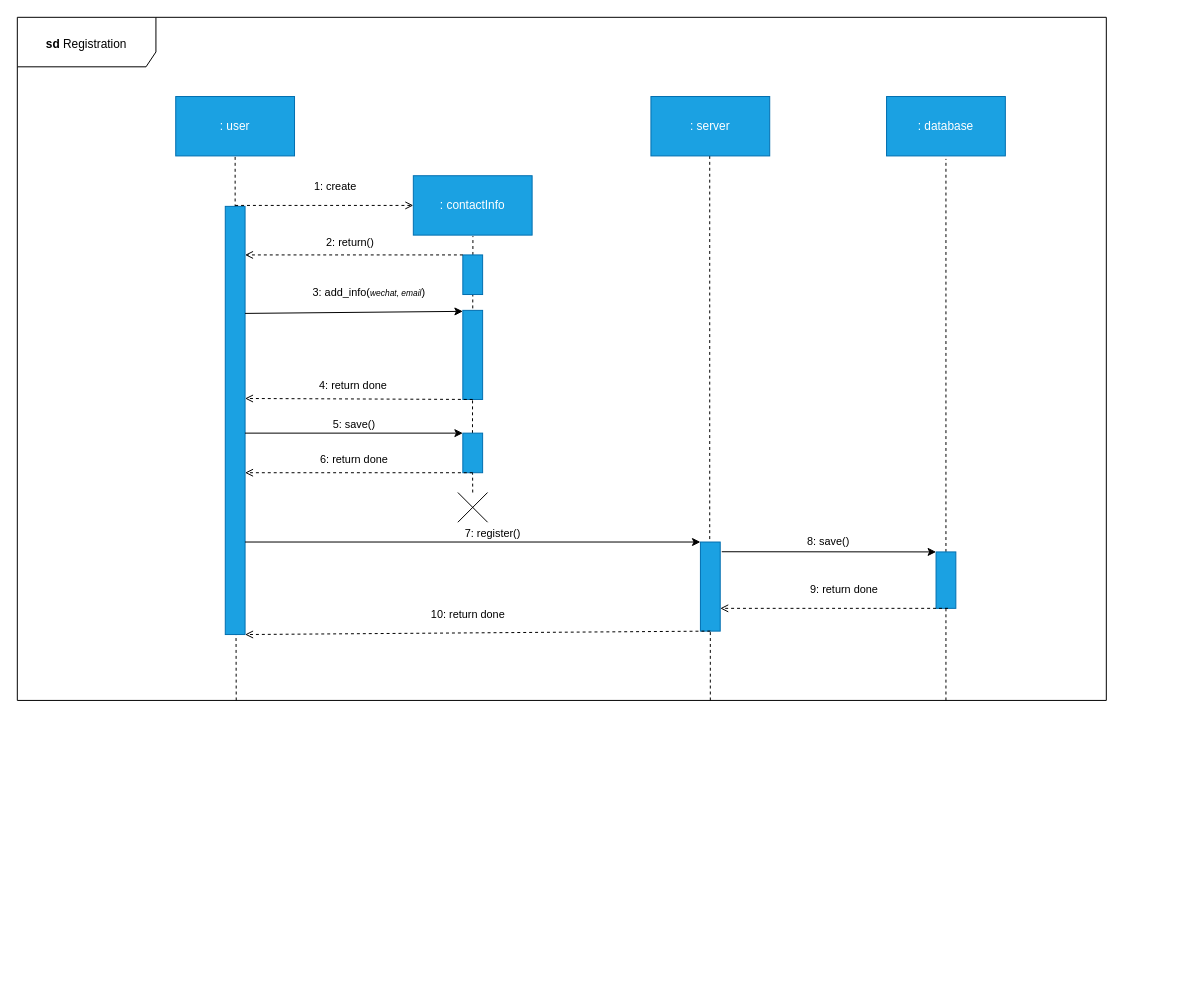
Earlier version of the draw.io diagram Documentation/Interaction Diagram/Registration.drawio (Darrenchenn/Model-based-software-design). Source tidied: cells renumbered, new cells numbered last; positions are measured from the earlier drawing's top-left corner, leaving out a move shared by most shapes. Both pictures are drawn from the tidied source at 99%, with x=0, y=0 at pixel (17, 17).
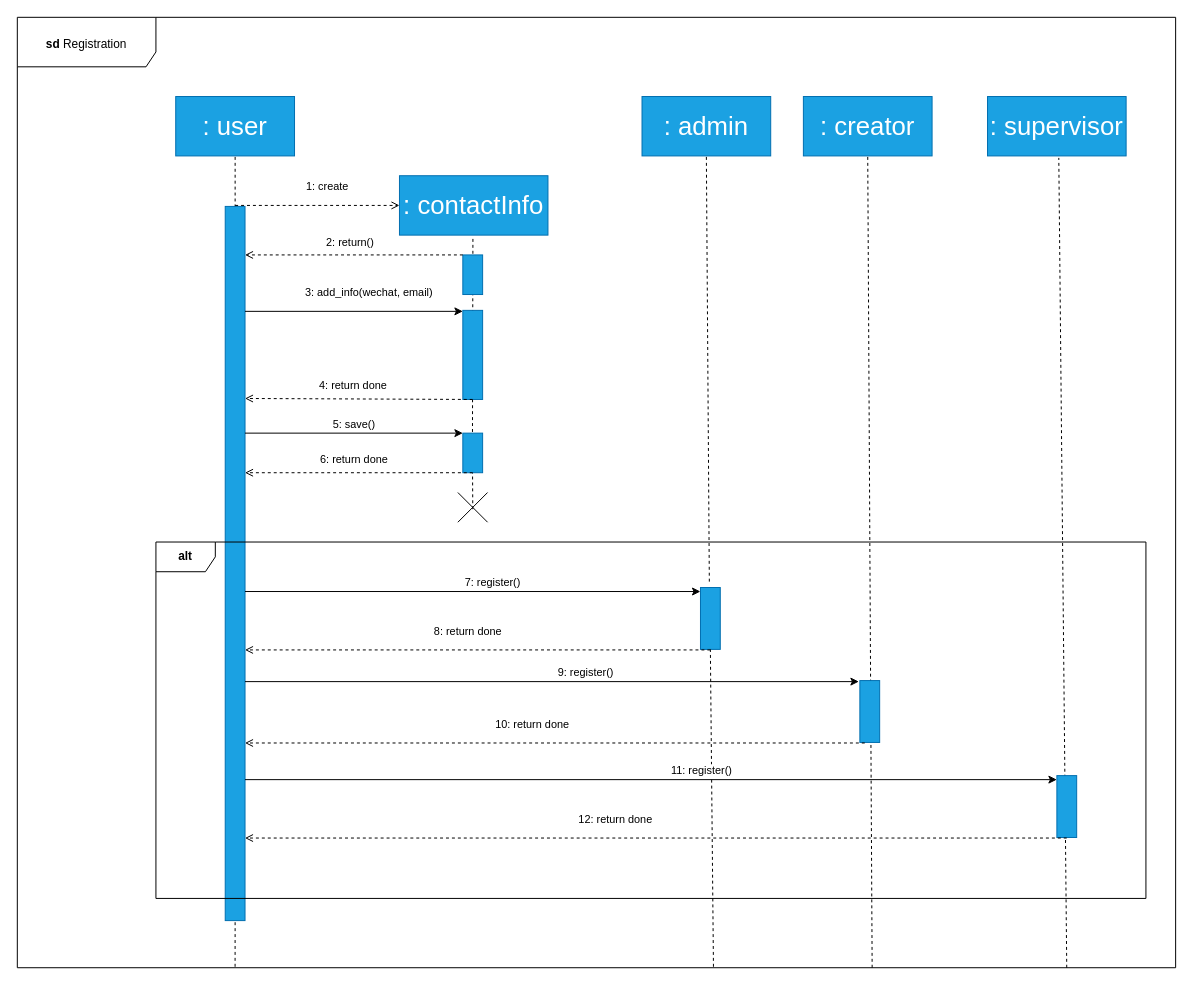
Above is the later version.

The change refers to these unchanged cells:
```xml
<mxCell id="13" style="shape=umlDestroy;whiteSpace=wrap;html=1;strokeWidth=1;targetShapes=umlLifeline;" parent="1" vertex="1">
  <mxGeometry x="445" y="480" width="30" height="30" as="geometry" />
</mxCell>
```

The edit, as a diff of the source:
```diff
@@
-    <mxCell id="2" style="endArrow=none;dashed=1;html=1;rounded=0;entryX=0.5;entryY=1;entryDx=0;entryDy=0;" parent="1" edge="1">
-      <mxGeometry relative="1" as="geometry">
-        <mxPoint x="699.4" y="527" as="sourcePoint" />
-        <mxPoint x="699.4" y="130" as="targetPoint" />
-      </mxGeometry>
-    </mxCell>
-    <mxCell id="3" value=": user" style="rounded=0;whiteSpace=wrap;html=1;fillColor=#1ba1e2;strokeColor=#006EAF;glass=0;shadow=0;fontColor=#ffffff;" parent="1" vertex="1">
+    <mxCell id="3" value=": user" style="rounded=0;whiteSpace=wrap;html=1;fillColor=#1ba1e2;strokeColor=#006EAF;glass=0;shadow=0;fontColor=#ffffff;fontSize=26;" parent="1" vertex="1">
       <mxGeometry x="160" y="80" width="120" height="60" as="geometry" />
     </mxCell>
-    <mxCell id="4" value=": contactInfo" style="rounded=0;whiteSpace=wrap;html=1;fillColor=#1ba1e2;strokeColor=#006EAF;glass=0;shadow=0;fontColor=#ffffff;" parent="1" vertex="1">
-      <mxGeometry x="400" y="160" width="120" height="60" as="geometry" />
+    <mxCell id="4" value=": contactInfo" style="rounded=0;whiteSpace=wrap;html=1;fillColor=#1ba1e2;strokeColor=#006EAF;glass=0;shadow=0;fontColor=#ffffff;fontSize=26;" parent="1" vertex="1">
+      <mxGeometry x="386" y="160" width="150" height="60" as="geometry" />
     </mxCell>
-    <mxCell id="5" style="endArrow=none;dashed=1;html=1;rounded=0;entryX=0.5;entryY=1;entryDx=0;entryDy=0;exitX=0.201;exitY=1;exitDx=0;exitDy=0;exitPerimeter=0;" parent="1" edge="1" source="7" target="3">
+    <mxCell id="5" style="endArrow=none;dashed=1;html=1;rounded=0;entryX=0.5;entryY=1;entryDx=0;entryDy=0;" parent="1" edge="1" target="3">
       <mxGeometry relative="1" as="geometry">
+        <mxPoint x="220" y="840" as="sourcePoint" />
         <Array as="points">
           <mxPoint x="220" y="280" />
         </Array>
       </mxGeometry>
     </mxCell>
-    <mxCell id="6" style="endArrow=none;dashed=1;html=1;rounded=0;entryX=0.5;entryY=1;entryDx=0;entryDy=0;" parent="1" edge="1">
+    <mxCell id="6" style="endArrow=none;dashed=1;html=1;rounded=0;entryX=0.5;entryY=1;entryDx=0;entryDy=0;exitX=0.502;exitY=0.561;exitDx=0;exitDy=0;exitPerimeter=0;" parent="1" edge="1" source="13">
       <mxGeometry relative="1" as="geometry">
-        <mxPoint x="460" y="480" as="sourcePoint" />
         <mxPoint x="460.2" y="221" as="targetPoint" />
         <Array as="points">
           <mxPoint x="459.7" y="441" />
         </Array>
       </mxGeometry>
     </mxCell>
     <mxCell id="7" value="&lt;b&gt;sd&lt;/b&gt;&amp;nbsp;Registration&lt;span style=&quot;font-size: medium; text-align: start;&quot;&gt;&lt;/span&gt;" style="shape=umlFrame;whiteSpace=wrap;html=1;width=140;height=50;" parent="1" vertex="1">
-      <mxGeometry width="1100" height="690" as="geometry" />
+      <mxGeometry width="1170" height="960" as="geometry" />
     </mxCell>
-    <mxCell id="8" value=": database" style="rounded=0;whiteSpace=wrap;html=1;fillColor=#1ba1e2;strokeColor=#006EAF;glass=0;shadow=0;fontColor=#ffffff;" parent="1" vertex="1">
-      <mxGeometry x="878" y="80" width="120" height="60" as="geometry" />
+    <mxCell id="8" value=": creator" style="rounded=0;whiteSpace=wrap;html=1;fillColor=#1ba1e2;strokeColor=#006EAF;glass=0;shadow=0;fontColor=#ffffff;fontSize=26;" parent="1" vertex="1">
+      <mxGeometry x="794" y="80" width="130" height="60" as="geometry" />
     </mxCell>
-    <mxCell id="9" style="endArrow=none;dashed=1;html=1;rounded=0;entryX=0.5;entryY=1;entryDx=0;entryDy=0;" parent="1" edge="1" source="15">
-      <mxGeometry relative="1" as="geometry">
-        <mxPoint x="938" y="143" as="targetPoint" />
-      </mxGeometry>
-    </mxCell>
@@
-    <mxCell id="14" style="endArrow=none;dashed=1;html=1;rounded=0;entryX=1;entryY=0.5;entryDx=0;entryDy=0;" parent="1" edge="1" target="15">
-      <mxGeometry relative="1" as="geometry">
-        <mxPoint x="938" y="690" as="sourcePoint" />
-      </mxGeometry>
+    <mxCell id="14" style="endArrow=none;dashed=1;html=1;rounded=0;entryX=0.5;entryY=1;entryDx=0;entryDy=0;exitX=0.738;exitY=1;exitDx=0;exitDy=0;exitPerimeter=0;" parent="1" edge="1" source="7" target="8">
+      <mxGeometry relative="1" as="geometry" />
     </mxCell>
-    <mxCell id="15" style="rounded=0;whiteSpace=wrap;html=1;rotation=90;fillColor=#1ba1e2;fontColor=#ffffff;strokeColor=#006EAF;" parent="1" vertex="1">
-      <mxGeometry x="909.5" y="558.5" width="57" height="20" as="geometry" />
-    </mxCell>
-    <mxCell id="16" value=": server" style="rounded=0;whiteSpace=wrap;html=1;fillColor=#1ba1e2;strokeColor=#006EAF;glass=0;shadow=0;fontColor=#ffffff;" parent="1" vertex="1">
-      <mxGeometry x="640" y="80" width="120" height="60" as="geometry" />
+    <mxCell id="16" value=": admin" style="rounded=0;whiteSpace=wrap;html=1;fillColor=#1ba1e2;strokeColor=#006EAF;glass=0;shadow=0;fontColor=#ffffff;fontSize=26;" parent="1" vertex="1">
+      <mxGeometry x="631" y="80" width="130" height="60" as="geometry" />
     </mxCell>
     <mxCell id="17" style="rounded=0;whiteSpace=wrap;html=1;rotation=90;fillColor=#1ba1e2;fontColor=#ffffff;strokeColor=#006EAF;" parent="1" vertex="1">
-      <mxGeometry x="655" y="565" width="90" height="20" as="geometry" />
+      <mxGeometry x="668.8" y="597.2" width="62.5" height="20" as="geometry" />
     </mxCell>
-    <mxCell id="18" style="endArrow=none;dashed=1;html=1;rounded=0;entryX=1;entryY=0.5;entryDx=0;entryDy=0;" parent="1" edge="1" target="17">
-      <mxGeometry relative="1" as="geometry">
-        <mxPoint x="700" y="690" as="sourcePoint" />
-      </mxGeometry>
+    <mxCell id="18" style="endArrow=none;dashed=1;html=1;rounded=0;entryX=1;entryY=0.5;entryDx=0;entryDy=0;exitX=0.601;exitY=0.999;exitDx=0;exitDy=0;exitPerimeter=0;" parent="1" edge="1" source="7" target="17">
+      <mxGeometry relative="1" as="geometry" />
     </mxCell>
     <mxCell id="19" style="rounded=0;whiteSpace=wrap;html=1;rotation=90;fillColor=#1ba1e2;fontColor=#ffffff;strokeColor=#006EAF;" parent="1" vertex="1">
-      <mxGeometry x="3.8" y="397.2" width="432.5" height="20" as="geometry" />
+      <mxGeometry x="-140.7" y="541.7" width="721.4" height="20" as="geometry" />
     </mxCell>
@@
-    <mxCell id="24" style="endArrow=classic;html=1;rounded=0;exitX=0.25;exitY=0;exitDx=0;exitDy=0;" parent="1" edge="1" source="19">
+    <mxCell id="24" style="endArrow=classic;html=1;rounded=0;" parent="1" edge="1">
       <mxGeometry relative="1" as="geometry">
+        <mxPoint x="230" y="297" as="sourcePoint" />
         <mxPoint x="450" y="297" as="targetPoint" />
       </mxGeometry>
     </mxCell>
-    <mxCell id="25" value="3: add_info(&lt;i style=&quot;font-size: 8.5px; text-align: start;&quot;&gt;wechat,&amp;nbsp;&lt;/i&gt;&lt;i style=&quot;font-size: 8.5px; text-align: start;&quot;&gt;email&lt;/i&gt;)" style="edgeLabel;html=1;align=center;verticalAlign=middle;" parent="24" vertex="1">
+    <mxCell id="25" value="&lt;font style=&quot;font-size: 11px;&quot;&gt;3: add_info(&lt;span style=&quot;text-align: start;&quot;&gt;wechat,&amp;nbsp;&lt;/span&gt;&lt;span style=&quot;text-align: start;&quot;&gt;email&lt;/span&gt;)&lt;/font&gt;" style="edgeLabel;html=1;align=center;verticalAlign=middle;" parent="24" vertex="1">
       <mxGeometry x="0.17" y="3" relative="1" as="geometry">
         <mxPoint x="-5" y="-17" as="offset" />
       </mxGeometry>
     </mxCell>
-    <mxCell id="26" style="endArrow=open;html=1;rounded=0;dashed=1;endFill=0;entryX=1;entryY=0;entryDx=0;entryDy=0;" parent="1" edge="1" target="19">
+    <mxCell id="26" style="endArrow=open;html=1;rounded=0;dashed=1;endFill=0;" parent="1" edge="1">
       <mxGeometry relative="1" as="geometry">
-        <mxPoint x="700" y="620" as="sourcePoint" />
+        <mxPoint x="700" y="639" as="sourcePoint" />
+        <mxPoint x="230" y="639" as="targetPoint" />
       </mxGeometry>
     </mxCell>
-    <mxCell id="27" value="10:&amp;nbsp;return done" style="edgeLabel;html=1;align=center;verticalAlign=middle;" parent="26" vertex="1">
+    <mxCell id="27" value="8:&amp;nbsp;return done" style="edgeLabel;html=1;align=center;verticalAlign=middle;" parent="26" vertex="1">
       <mxGeometry x="0.17" y="3" relative="1" as="geometry">
         <mxPoint x="29" y="-23" as="offset" />
       </mxGeometry>
     </mxCell>
     <mxCell id="28" style="endArrow=classic;html=1;rounded=0;" parent="1" edge="1">
       <mxGeometry relative="1" as="geometry">
-        <mxPoint x="230" y="530" as="sourcePoint" />
-        <mxPoint x="690" y="530" as="targetPoint" />
+        <mxPoint x="230" y="580" as="sourcePoint" />
+        <mxPoint x="690" y="580" as="targetPoint" />
       </mxGeometry>
     </mxCell>
@@
-    <mxCell id="30" style="endArrow=classic;html=1;rounded=0;entryX=0;entryY=1;entryDx=0;entryDy=0;exitX=0.109;exitY=-0.077;exitDx=0;exitDy=0;exitPerimeter=0;" parent="1" edge="1" source="17" target="15">
-      <mxGeometry relative="1" as="geometry" />
-    </mxCell>
-    <mxCell id="31" value="8: save()" style="edgeLabel;html=1;align=center;verticalAlign=middle;" parent="30" vertex="1">
-      <mxGeometry x="0.17" y="3" relative="1" as="geometry">
-        <mxPoint x="-20" y="-7" as="offset" />
-      </mxGeometry>
-    </mxCell>
-    <mxCell id="32" style="endArrow=open;html=1;rounded=0;dashed=1;endFill=0;" parent="1" edge="1">
-      <mxGeometry relative="1" as="geometry">
-        <mxPoint x="940" y="597" as="sourcePoint" />
-        <mxPoint x="710" y="597" as="targetPoint" />
-      </mxGeometry>
-    </mxCell>
-    <mxCell id="33" value="9:&amp;nbsp;return done" style="edgeLabel;html=1;align=center;verticalAlign=middle;" parent="32" vertex="1">
-      <mxGeometry x="0.17" y="3" relative="1" as="geometry">
-        <mxPoint x="29" y="-23" as="offset" />
-      </mxGeometry>
-    </mxCell>
@@
+    <mxCell id="40" value=": supervisor" style="rounded=0;whiteSpace=wrap;html=1;fillColor=#1ba1e2;strokeColor=#006EAF;glass=0;shadow=0;fontColor=#ffffff;fontSize=26;" parent="1" vertex="1">
+      <mxGeometry x="980" y="80" width="140" height="60" as="geometry" />
+    </mxCell>
+    <mxCell id="41" value="&lt;b&gt;alt&lt;/b&gt;" style="shape=umlFrame;whiteSpace=wrap;html=1;" parent="1" vertex="1">
+      <mxGeometry x="140" y="530" width="1000" height="360" as="geometry" />
+    </mxCell>
+    <mxCell id="42" style="endArrow=none;dashed=1;html=1;rounded=0;entryX=0.5;entryY=1;entryDx=0;entryDy=0;" parent="1" edge="1" target="16">
+      <mxGeometry relative="1" as="geometry">
+        <mxPoint x="699" y="570" as="sourcePoint" />
+      </mxGeometry>
+    </mxCell>
+    <mxCell id="43" style="endArrow=none;dashed=1;html=1;rounded=0;entryX=0.5;entryY=1;entryDx=0;entryDy=0;exitX=0.906;exitY=1;exitDx=0;exitDy=0;exitPerimeter=0;" parent="1" edge="1" source="7">
+      <mxGeometry relative="1" as="geometry">
+        <mxPoint x="1052" y="142" as="targetPoint" />
+      </mxGeometry>
+    </mxCell>
+    <mxCell id="44" style="rounded=0;whiteSpace=wrap;html=1;rotation=90;fillColor=#1ba1e2;fontColor=#ffffff;strokeColor=#006EAF;" parent="1" vertex="1">
+      <mxGeometry x="829.8" y="691.2" width="62.5" height="20" as="geometry" />
+    </mxCell>
+    <mxCell id="45" style="endArrow=open;html=1;rounded=0;dashed=1;endFill=0;" parent="1" edge="1">
+      <mxGeometry relative="1" as="geometry">
+        <mxPoint x="856" y="733" as="sourcePoint" />
+        <mxPoint x="230" y="733" as="targetPoint" />
+      </mxGeometry>
+    </mxCell>
+    <mxCell id="46" value="10:&amp;nbsp;return done" style="edgeLabel;html=1;align=center;verticalAlign=middle;" parent="45" vertex="1">
+      <mxGeometry x="0.17" y="3" relative="1" as="geometry">
+        <mxPoint x="29" y="-23" as="offset" />
+      </mxGeometry>
+    </mxCell>
+    <mxCell id="47" style="endArrow=classic;html=1;rounded=0;" parent="1" edge="1">
+      <mxGeometry relative="1" as="geometry">
+        <mxPoint x="230" y="671" as="sourcePoint" />
+        <mxPoint x="850" y="671" as="targetPoint" />
+      </mxGeometry>
+    </mxCell>
+    <mxCell id="48" value="9: register()" style="edgeLabel;html=1;align=center;verticalAlign=middle;" parent="47" vertex="1">
+      <mxGeometry x="0.17" y="3" relative="1" as="geometry">
+        <mxPoint x="-20" y="-7" as="offset" />
+      </mxGeometry>
+    </mxCell>
+    <mxCell id="49" style="rounded=0;whiteSpace=wrap;html=1;rotation=90;fillColor=#1ba1e2;fontColor=#ffffff;strokeColor=#006EAF;" parent="1" vertex="1">
+      <mxGeometry x="1028.8" y="787.2" width="62.5" height="20" as="geometry" />
+    </mxCell>
+    <mxCell id="50" style="endArrow=open;html=1;rounded=0;dashed=1;endFill=0;" parent="1" edge="1">
+      <mxGeometry relative="1" as="geometry">
+        <mxPoint x="1060" y="829" as="sourcePoint" />
+        <mxPoint x="230" y="829" as="targetPoint" />
+      </mxGeometry>
+    </mxCell>
+    <mxCell id="51" value="12:&amp;nbsp;return done" style="edgeLabel;html=1;align=center;verticalAlign=middle;" parent="50" vertex="1">
+      <mxGeometry x="0.17" y="3" relative="1" as="geometry">
+        <mxPoint x="29" y="-23" as="offset" />
+      </mxGeometry>
+    </mxCell>
+    <mxCell id="52" style="endArrow=classic;html=1;rounded=0;" parent="1" edge="1">
+      <mxGeometry relative="1" as="geometry">
+        <mxPoint x="230" y="770" as="sourcePoint" />
+        <mxPoint x="1050" y="770" as="targetPoint" />
+      </mxGeometry>
+    </mxCell>
+    <mxCell id="53" value="11: register()" style="edgeLabel;html=1;align=center;verticalAlign=middle;" parent="52" vertex="1">
+      <mxGeometry x="0.17" y="3" relative="1" as="geometry">
+        <mxPoint x="-20" y="-7" as="offset" />
+      </mxGeometry>
+    </mxCell>
+    <mxCell id="54" style="endArrow=none;dashed=1;html=1;rounded=0;entryX=1;entryY=0.5;entryDx=0;entryDy=0;exitX=0.188;exitY=0.999;exitDx=0;exitDy=0;exitPerimeter=0;" parent="1" edge="1" source="7" target="19">
+      <mxGeometry relative="1" as="geometry" />
+    </mxCell>
```
